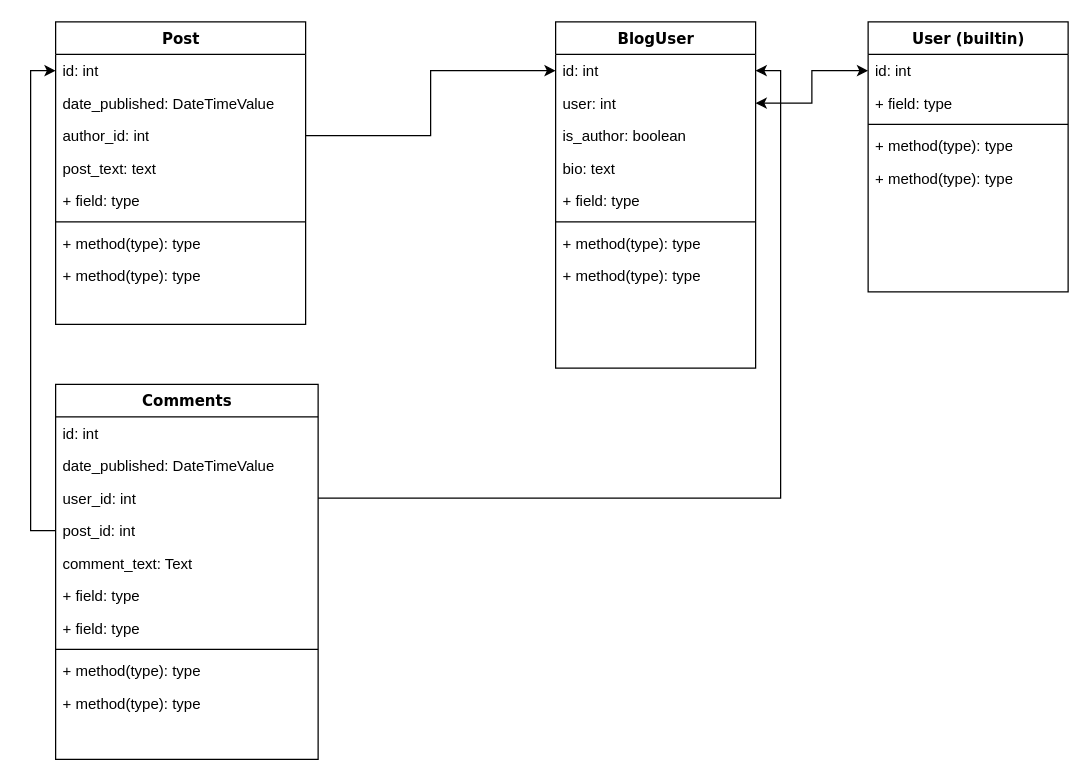
This is page "models" (1 of 2) of models.drawio from drovosekovanton/djangoProjectBlog, a draw.io file, before an edit. Source tidied: cells renumbered, new cells numbered last; positions are measured from the earlier drawing's top-left corner, leaving out a move shared by most shapes. Both pictures are drawn from the tidied source at 125%, with x=0, y=0 at pixel (55, 21).
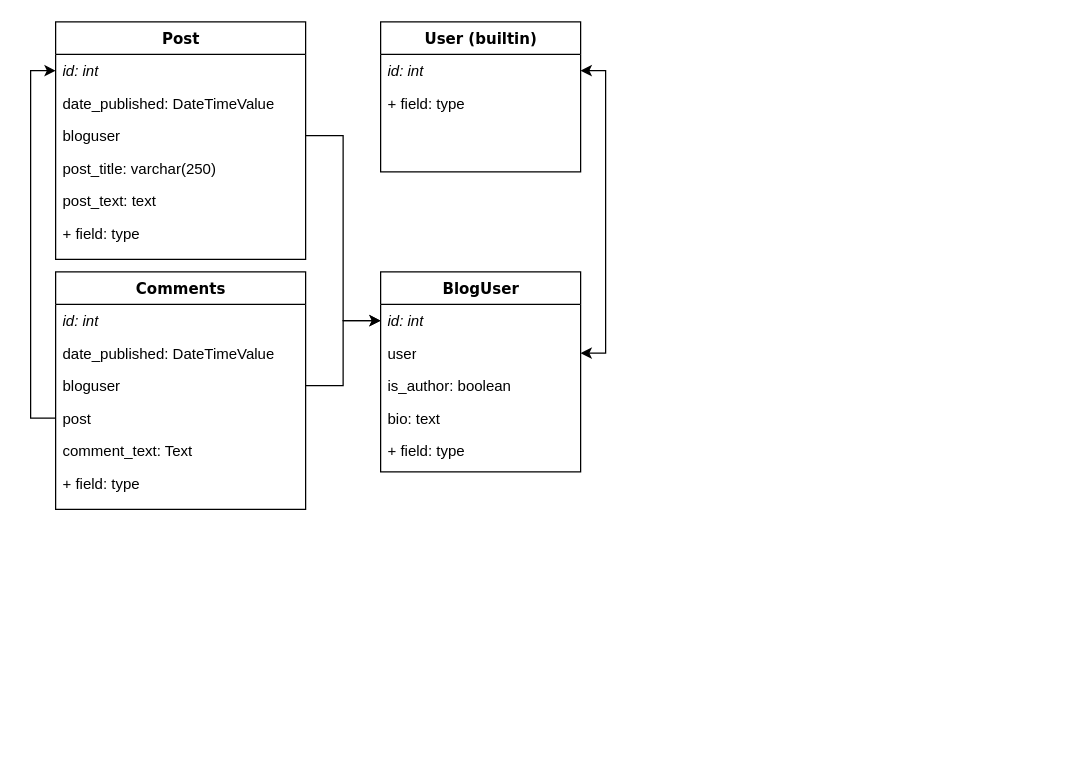
After the change.

The edit, as a diff of the source:
```diff
@@
     <mxCell id="2" value="Post" style="swimlane;html=1;fontStyle=1;align=center;verticalAlign=top;horizontal=1;startSize=26;swimlaneFillColor=#ffffff;rounded=0;shadow=0;comic=0;labelBackgroundColor=none;strokeWidth=1;fillColor=none;fontFamily=Verdana;fontSize=12;" parent="1" vertex="1">
-      <mxGeometry width="200" height="242" as="geometry" />
+      <mxGeometry width="200" height="190" as="geometry" />
     </mxCell>
-    <mxCell id="3" value="id: int" style="text;html=1;strokeColor=none;fillColor=none;align=left;verticalAlign=top;spacingLeft=4;spacingRight=4;whiteSpace=wrap;overflow=hidden;points=[[0,0.5],[1,0.5]];portConstraint=eastwest;" parent="2" vertex="1">
+    <mxCell id="3" value="&lt;i&gt;id: int&lt;/i&gt;" style="text;html=1;strokeColor=none;fillColor=none;align=left;verticalAlign=top;spacingLeft=4;spacingRight=4;whiteSpace=wrap;overflow=hidden;points=[[0,0.5],[1,0.5]];portConstraint=eastwest;" parent="2" vertex="1">
       <mxGeometry y="26" width="200" height="26" as="geometry" />
     </mxCell>
@@
-    <mxCell id="5" value="author_id: int" style="text;html=1;strokeColor=none;fillColor=none;align=left;verticalAlign=top;spacingLeft=4;spacingRight=4;whiteSpace=wrap;overflow=hidden;points=[[0,0.5],[1,0.5]];portConstraint=eastwest;" parent="2" vertex="1">
+    <mxCell id="5" value="bloguser" style="text;html=1;strokeColor=none;fillColor=none;align=left;verticalAlign=top;spacingLeft=4;spacingRight=4;whiteSpace=wrap;overflow=hidden;points=[[0,0.5],[1,0.5]];portConstraint=eastwest;" parent="2" vertex="1">
       <mxGeometry y="78" width="200" height="26" as="geometry" />
     </mxCell>
+    <mxCell id="7" value="post_title: varchar(250)" style="text;html=1;strokeColor=none;fillColor=none;align=left;verticalAlign=top;spacingLeft=4;spacingRight=4;whiteSpace=wrap;overflow=hidden;" parent="2" vertex="1">
+      <mxGeometry y="104" width="200" height="26" as="geometry" />
+    </mxCell>
     <mxCell id="6" value="post_text: text" style="text;html=1;strokeColor=none;fillColor=none;align=left;verticalAlign=top;spacingLeft=4;spacingRight=4;whiteSpace=wrap;overflow=hidden;" parent="2" vertex="1">
-      <mxGeometry y="104" width="200" height="26" as="geometry" />
+      <mxGeometry y="130" width="200" height="26" as="geometry" />
     </mxCell>
-    <mxCell id="7" value="+ field: type" style="text;html=1;strokeColor=none;fillColor=none;align=left;verticalAlign=top;spacingLeft=4;spacingRight=4;whiteSpace=wrap;overflow=hidden;" parent="2" vertex="1">
-      <mxGeometry y="130" width="200" height="26" as="geometry" />
-    </mxCell>
-    <mxCell id="8" style="line;html=1;strokeWidth=1;fillColor=none;align=left;verticalAlign=middle;spacingTop=-1;spacingLeft=3;spacingRight=3;labelPosition=right;" parent="2" vertex="1">
-      <mxGeometry y="156" width="200" height="8" as="geometry" />
-    </mxCell>
-    <mxCell id="9" value="+ method(type): type" style="text;html=1;strokeColor=none;fillColor=none;align=left;verticalAlign=top;spacingLeft=4;spacingRight=4;whiteSpace=wrap;overflow=hidden;" parent="2" vertex="1">
-      <mxGeometry y="164" width="200" height="26" as="geometry" />
-    </mxCell>
-    <mxCell id="10" value="+ method(type): type" style="text;html=1;strokeColor=none;fillColor=none;align=left;verticalAlign=top;spacingLeft=4;spacingRight=4;whiteSpace=wrap;overflow=hidden;" parent="2" vertex="1">
-      <mxGeometry y="190" width="200" height="26" as="geometry" />
-    </mxCell>
+    <mxCell id="27" value="+ field: type" style="text;html=1;strokeColor=none;fillColor=none;align=left;verticalAlign=top;spacingLeft=4;spacingRight=4;whiteSpace=wrap;overflow=hidden;" parent="2" vertex="1">
+      <mxGeometry y="156" width="200" height="26" as="geometry" />
+    </mxCell>
     <mxCell id="11" value="BlogUser" style="swimlane;html=1;fontStyle=1;align=center;verticalAlign=top;horizontal=1;startSize=26;swimlaneFillColor=#ffffff;rounded=0;shadow=0;comic=0;labelBackgroundColor=none;strokeWidth=1;fillColor=none;fontFamily=Verdana;fontSize=12;" parent="1" vertex="1">
-      <mxGeometry x="400" width="160" height="277" as="geometry" />
+      <mxGeometry x="260" y="200" width="160" height="160" as="geometry" />
     </mxCell>
-    <mxCell id="12" value="id: int" style="text;html=1;strokeColor=none;fillColor=none;align=left;verticalAlign=top;spacingLeft=4;spacingRight=4;whiteSpace=wrap;overflow=hidden;points=[[0,0.5],[1,0.5]];portConstraint=eastwest;" parent="11" vertex="1">
+    <mxCell id="12" value="&lt;i&gt;id: int&lt;/i&gt;" style="text;html=1;strokeColor=none;fillColor=none;align=left;verticalAlign=top;spacingLeft=4;spacingRight=4;whiteSpace=wrap;overflow=hidden;points=[[0,0.5],[1,0.5]];portConstraint=eastwest;" parent="11" vertex="1">
       <mxGeometry y="26" width="160" height="26" as="geometry" />
     </mxCell>
-    <mxCell id="13" value="user: int" style="text;html=1;strokeColor=none;fillColor=none;align=left;verticalAlign=top;spacingLeft=4;spacingRight=4;whiteSpace=wrap;overflow=hidden;points=[[0,0.5],[1,0.5]];portConstraint=eastwest;" parent="11" vertex="1">
+    <mxCell id="13" value="user" style="text;html=1;strokeColor=none;fillColor=none;align=left;verticalAlign=top;spacingLeft=4;spacingRight=4;whiteSpace=wrap;overflow=hidden;points=[[0,0.5],[1,0.5]];portConstraint=eastwest;" parent="11" vertex="1">
       <mxGeometry y="52" width="160" height="26" as="geometry" />
     </mxCell>
@@
-    <mxCell id="17" style="line;html=1;strokeWidth=1;fillColor=none;align=left;verticalAlign=middle;spacingTop=-1;spacingLeft=3;spacingRight=3;labelPosition=right;" parent="11" vertex="1">
-      <mxGeometry y="156" width="160" height="8" as="geometry" />
-    </mxCell>
-    <mxCell id="18" value="+ method(type): type" style="text;html=1;strokeColor=none;fillColor=none;align=left;verticalAlign=top;spacingLeft=4;spacingRight=4;whiteSpace=wrap;overflow=hidden;" parent="11" vertex="1">
-      <mxGeometry y="164" width="160" height="26" as="geometry" />
-    </mxCell>
-    <mxCell id="19" value="+ method(type): type" style="text;html=1;strokeColor=none;fillColor=none;align=left;verticalAlign=top;spacingLeft=4;spacingRight=4;whiteSpace=wrap;overflow=hidden;" parent="11" vertex="1">
-      <mxGeometry y="190" width="160" height="26" as="geometry" />
-    </mxCell>
     <mxCell id="20" value="Comments" style="swimlane;html=1;fontStyle=1;align=center;verticalAlign=top;horizontal=1;startSize=26;swimlaneFillColor=#ffffff;rounded=0;shadow=0;comic=0;labelBackgroundColor=none;strokeWidth=1;fillColor=none;fontFamily=Verdana;fontSize=12;" parent="1" vertex="1">
-      <mxGeometry y="290" width="210" height="300" as="geometry" />
+      <mxGeometry y="200" width="200" height="190" as="geometry" />
     </mxCell>
-    <mxCell id="21" value="id: int" style="text;html=1;strokeColor=none;fillColor=none;align=left;verticalAlign=top;spacingLeft=4;spacingRight=4;whiteSpace=wrap;overflow=hidden;" parent="20" vertex="1">
-      <mxGeometry y="26" width="210" height="26" as="geometry" />
+    <mxCell id="21" value="&lt;i&gt;id: int&lt;/i&gt;" style="text;html=1;strokeColor=none;fillColor=none;align=left;verticalAlign=top;spacingLeft=4;spacingRight=4;whiteSpace=wrap;overflow=hidden;" parent="20" vertex="1">
+      <mxGeometry y="26" width="200" height="26" as="geometry" />
     </mxCell>
     <mxCell id="22" value="date_published: DateTimeValue" style="text;html=1;strokeColor=none;fillColor=none;align=left;verticalAlign=top;spacingLeft=4;spacingRight=4;whiteSpace=wrap;overflow=hidden;" parent="20" vertex="1">
-      <mxGeometry y="52" width="210" height="26" as="geometry" />
+      <mxGeometry y="52" width="200" height="26" as="geometry" />
     </mxCell>
-    <mxCell id="23" value="user_id: int" style="text;html=1;strokeColor=none;fillColor=none;align=left;verticalAlign=top;spacingLeft=4;spacingRight=4;whiteSpace=wrap;overflow=hidden;points=[[0,0.5],[1,0.5]];portConstraint=eastwest;" parent="20" vertex="1">
-      <mxGeometry y="78" width="210" height="26" as="geometry" />
+    <mxCell id="23" value="bloguser" style="text;html=1;strokeColor=none;fillColor=none;align=left;verticalAlign=top;spacingLeft=4;spacingRight=4;whiteSpace=wrap;overflow=hidden;points=[[0,0.5],[1,0.5]];portConstraint=eastwest;" parent="20" vertex="1">
+      <mxGeometry y="78" width="200" height="26" as="geometry" />
     </mxCell>
-    <mxCell id="24" value="post_id: int" style="text;html=1;strokeColor=none;fillColor=none;align=left;verticalAlign=top;spacingLeft=4;spacingRight=4;whiteSpace=wrap;overflow=hidden;points=[[0,0.5],[1,0.5]];portConstraint=eastwest;" parent="20" vertex="1">
-      <mxGeometry y="104" width="210" height="26" as="geometry" />
+    <mxCell id="24" value="post" style="text;html=1;strokeColor=none;fillColor=none;align=left;verticalAlign=top;spacingLeft=4;spacingRight=4;whiteSpace=wrap;overflow=hidden;points=[[0,0.5],[1,0.5]];portConstraint=eastwest;" parent="20" vertex="1">
+      <mxGeometry y="104" width="200" height="26" as="geometry" />
     </mxCell>
     <mxCell id="25" value="comment_text: Text" style="text;html=1;strokeColor=none;fillColor=none;align=left;verticalAlign=top;spacingLeft=4;spacingRight=4;whiteSpace=wrap;overflow=hidden;" parent="20" vertex="1">
-      <mxGeometry y="130" width="210" height="26" as="geometry" />
+      <mxGeometry y="130" width="200" height="26" as="geometry" />
     </mxCell>
     <mxCell id="26" value="+ field: type" style="text;html=1;strokeColor=none;fillColor=none;align=left;verticalAlign=top;spacingLeft=4;spacingRight=4;whiteSpace=wrap;overflow=hidden;" parent="20" vertex="1">
-      <mxGeometry y="156" width="210" height="26" as="geometry" />
+      <mxGeometry y="156" width="200" height="26" as="geometry" />
     </mxCell>
-    <mxCell id="27" value="+ field: type" style="text;html=1;strokeColor=none;fillColor=none;align=left;verticalAlign=top;spacingLeft=4;spacingRight=4;whiteSpace=wrap;overflow=hidden;" parent="20" vertex="1">
-      <mxGeometry y="182" width="210" height="26" as="geometry" />
-    </mxCell>
-    <mxCell id="28" style="line;html=1;strokeWidth=1;fillColor=none;align=left;verticalAlign=middle;spacingTop=-1;spacingLeft=3;spacingRight=3;labelPosition=right;" parent="20" vertex="1">
-      <mxGeometry y="208" width="210" height="8" as="geometry" />
-    </mxCell>
-    <mxCell id="29" value="+ method(type): type" style="text;html=1;strokeColor=none;fillColor=none;align=left;verticalAlign=top;spacingLeft=4;spacingRight=4;whiteSpace=wrap;overflow=hidden;" parent="20" vertex="1">
-      <mxGeometry y="216" width="210" height="26" as="geometry" />
-    </mxCell>
-    <mxCell id="30" value="+ method(type): type" style="text;html=1;strokeColor=none;fillColor=none;align=left;verticalAlign=top;spacingLeft=4;spacingRight=4;whiteSpace=wrap;overflow=hidden;" parent="20" vertex="1">
-      <mxGeometry y="242" width="210" height="26" as="geometry" />
-    </mxCell>
-    <mxCell id="31" style="edgeStyle=orthogonalEdgeStyle;rounded=0;jettySize=auto;html=1;entryX=1;entryY=0.5;entryDx=0;entryDy=0;" parent="1" edge="1" source="23" target="12">
+    <mxCell id="31" style="edgeStyle=orthogonalEdgeStyle;rounded=0;jettySize=auto;html=1;entryX=0;entryY=0.5;entryDx=0;entryDy=0;" parent="1" edge="1" source="23" target="12">
       <mxGeometry relative="1" as="geometry" />
     </mxCell>
@@
     <mxCell id="34" value="User (builtin)" style="swimlane;html=1;fontStyle=1;align=center;verticalAlign=top;horizontal=1;startSize=26;swimlaneFillColor=#ffffff;rounded=0;shadow=0;comic=0;labelBackgroundColor=none;strokeWidth=1;fillColor=none;fontFamily=Verdana;fontSize=12;" parent="1" vertex="1">
-      <mxGeometry x="650" width="160" height="216" as="geometry" />
+      <mxGeometry x="260" width="160" height="120" as="geometry" />
     </mxCell>
-    <mxCell id="35" value="id: int" style="text;html=1;strokeColor=none;fillColor=none;align=left;verticalAlign=top;spacingLeft=4;spacingRight=4;whiteSpace=wrap;overflow=hidden;points=[[0,0.5],[1,0.5]];portConstraint=eastwest;" parent="34" vertex="1">
+    <mxCell id="35" value="&lt;i&gt;id: int&lt;/i&gt;" style="text;html=1;strokeColor=none;fillColor=none;align=left;verticalAlign=top;spacingLeft=4;spacingRight=4;whiteSpace=wrap;overflow=hidden;points=[[0,0.5],[1,0.5]];portConstraint=eastwest;" parent="34" vertex="1">
       <mxGeometry y="26" width="160" height="26" as="geometry" />
     </mxCell>
@@
-    <mxCell id="37" style="line;html=1;strokeWidth=1;fillColor=none;align=left;verticalAlign=middle;spacingTop=-1;spacingLeft=3;spacingRight=3;labelPosition=right;" parent="34" vertex="1">
-      <mxGeometry y="78" width="160" height="8" as="geometry" />
-    </mxCell>
-    <mxCell id="38" value="+ method(type): type" style="text;html=1;strokeColor=none;fillColor=none;align=left;verticalAlign=top;spacingLeft=4;spacingRight=4;whiteSpace=wrap;overflow=hidden;" parent="34" vertex="1">
-      <mxGeometry y="86" width="160" height="26" as="geometry" />
-    </mxCell>
-    <mxCell id="39" value="+ method(type): type" style="text;html=1;strokeColor=none;fillColor=none;align=left;verticalAlign=top;spacingLeft=4;spacingRight=4;whiteSpace=wrap;overflow=hidden;" parent="34" vertex="1">
-      <mxGeometry y="112" width="160" height="26" as="geometry" />
-    </mxCell>
-    <mxCell id="40" style="edgeStyle=orthogonalEdgeStyle;rounded=0;jettySize=auto;html=1;entryX=0;entryY=0.5;entryDx=0;entryDy=0;startArrow=classic;startFill=1;" parent="1" edge="1" source="13" target="35">
+    <mxCell id="40" style="edgeStyle=orthogonalEdgeStyle;rounded=0;jettySize=auto;html=1;entryX=1;entryY=0.5;entryDx=0;entryDy=0;startArrow=classic;startFill=1;exitX=1;exitY=0.5;exitDx=0;exitDy=0;" parent="1" edge="1" source="13" target="35">
       <mxGeometry relative="1" as="geometry" />
     </mxCell>
```
